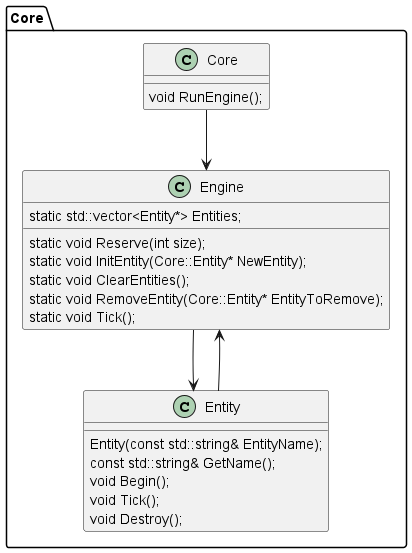
The PlantUML diagram Documentation/GeneralArchitectureImage.png in rodrigoaadias/UnoGameProjectCpp, before a commit. Source of this version:
```plantuml
@startuml

package Core
{
    class Engine{
        static std::vector<Entity*> Entities;
        static void Reserve(int size);
        static void InitEntity(Core::Entity* NewEntity);
        static void ClearEntities();
        static void RemoveEntity(Core::Entity* EntityToRemove);
        static void Tick();
    }

    class Entity{
        Entity(const std::string& EntityName);
        const std::string& GetName();
        void Begin();
        void Tick();
        void Destroy();
    }

    Engine --> Entity
    Entity --> Engine

    class Core{
        void RunEngine();
    }

    Core --> Engine
}

@enduml
```
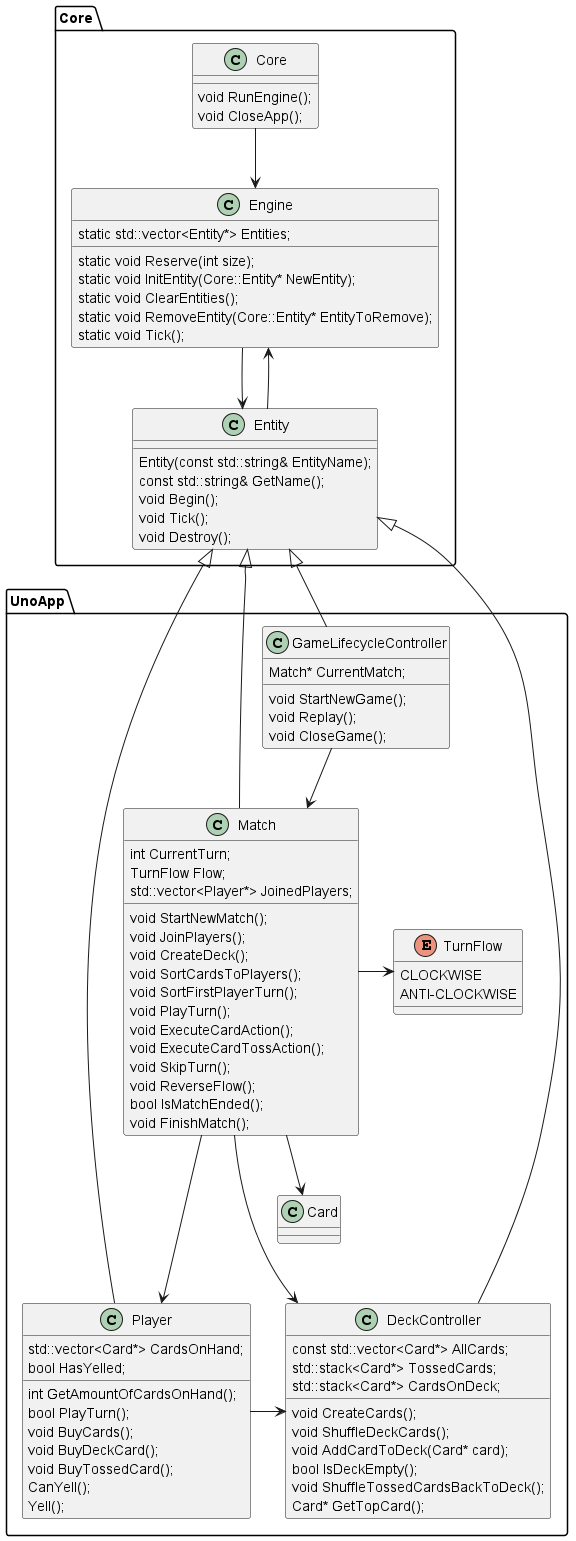
Above is the later version.

Change to the diagram source:
```diff
@@ -24,9 +24,83 @@
 
     class Core{
         void RunEngine();
+        void CloseApp();
     }
 
     Core --> Engine
 }
 
+package UnoApp
+{
+    class GameLifecycleController{
+        Match* CurrentMatch;
+        void StartNewGame();
+        void Replay();
+        void CloseGame();
+    }
+
+    class Player{
+        std::vector<Card*> CardsOnHand;
+        bool HasYelled;
+        int GetAmountOfCardsOnHand();
+        bool PlayTurn();
+        void BuyCards();
+        void BuyDeckCard();
+        void BuyTossedCard();
+        CanYell();
+        Yell();
+    }
+
+    class DeckController{
+        const std::vector<Card*> AllCards;
+        std::stack<Card*> TossedCards;
+        std::stack<Card*> CardsOnDeck;
+        void CreateCards();
+        void ShuffleDeckCards();
+        void AddCardToDeck(Card* card);
+        bool IsDeckEmpty();
+        void ShuffleTossedCardsBackToDeck();
+        Card* GetTopCard();
+    }
+
+    enum TurnFlow{
+        CLOCKWISE
+        ANTI-CLOCKWISE
+    }
+
+    class Match{
+        int CurrentTurn;
+        TurnFlow Flow;
+        std::vector<Player*> JoinedPlayers;
+        void StartNewMatch();
+        void JoinPlayers();
+        void CreateDeck();
+        void SortCardsToPlayers();
+        void SortFirstPlayerTurn();
+        void PlayTurn();
+        void ExecuteCardAction();
+        void ExecuteCardTossAction();
+        void SkipTurn();
+        void ReverseFlow();
+        bool IsMatchEnded();
+        void FinishMatch();
+    }
+
+    class Card{
+    }
+
+    Entity <|-- GameLifecycleController
+    GameLifecycleController --> Match
+
+    Entity <|-- Player
+    Entity <|-- Match
+    Entity <|-- DeckController
+
+    Player -> DeckController
+    Match ---> Player
+    Match ---> DeckController
+    Match -> TurnFlow
+    Match --> Card
+}
+
 @enduml
```
